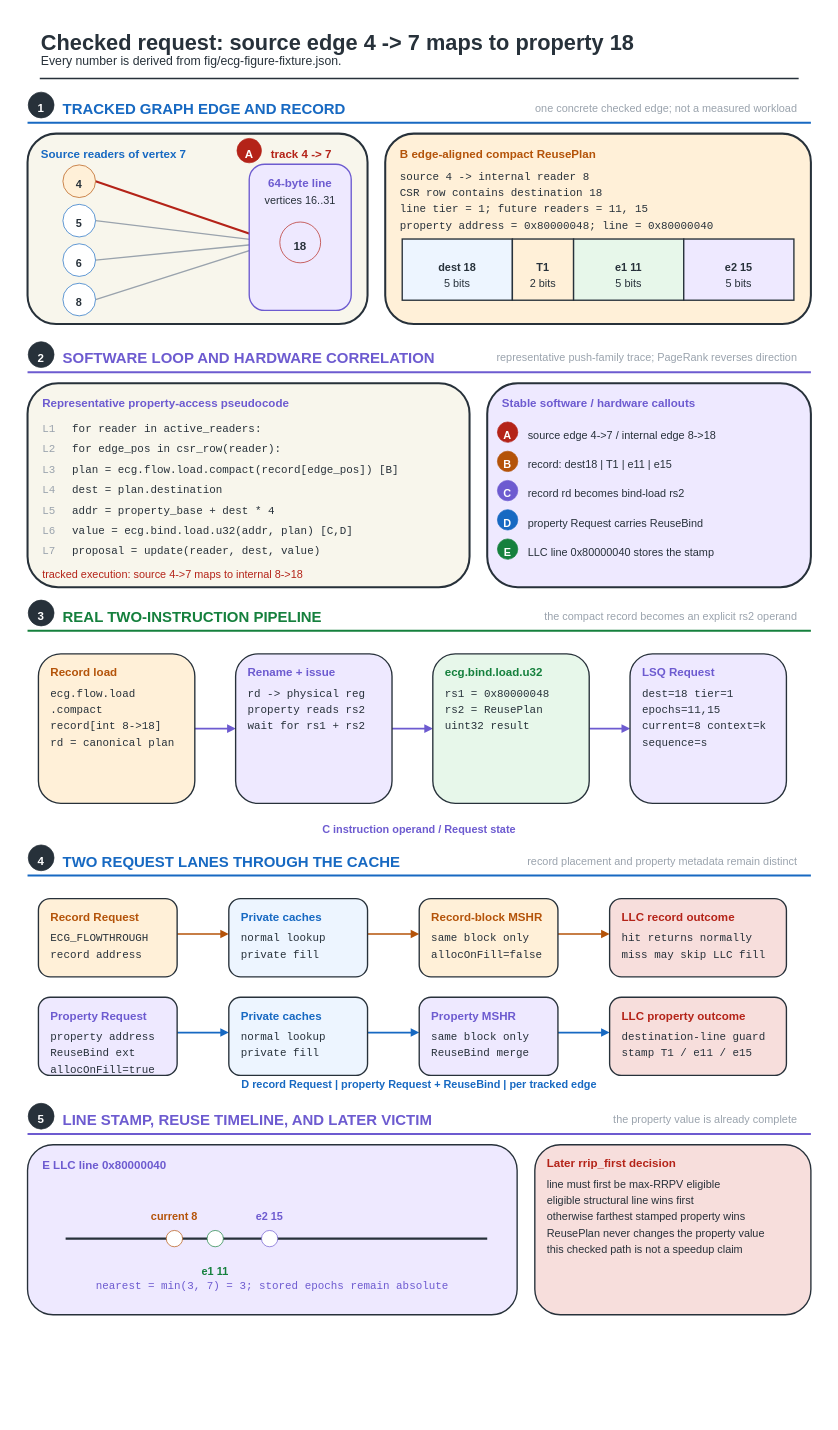
Earlier version of the draw.io diagram fig/wiki_src/property-to-cache-walkthrough/property-to-cache-walkthrough-f01-checked-request.drawio (UVA-LavaLab/ECG_GrAPL). Source tidied: cells renumbered, new cells numbered last; positions are measured from the earlier drawing's top-left corner, leaving out a move shared by most shapes. Both pictures are drawn from the tidied source at 68%, with x=0, y=0 at pixel (11, 11).
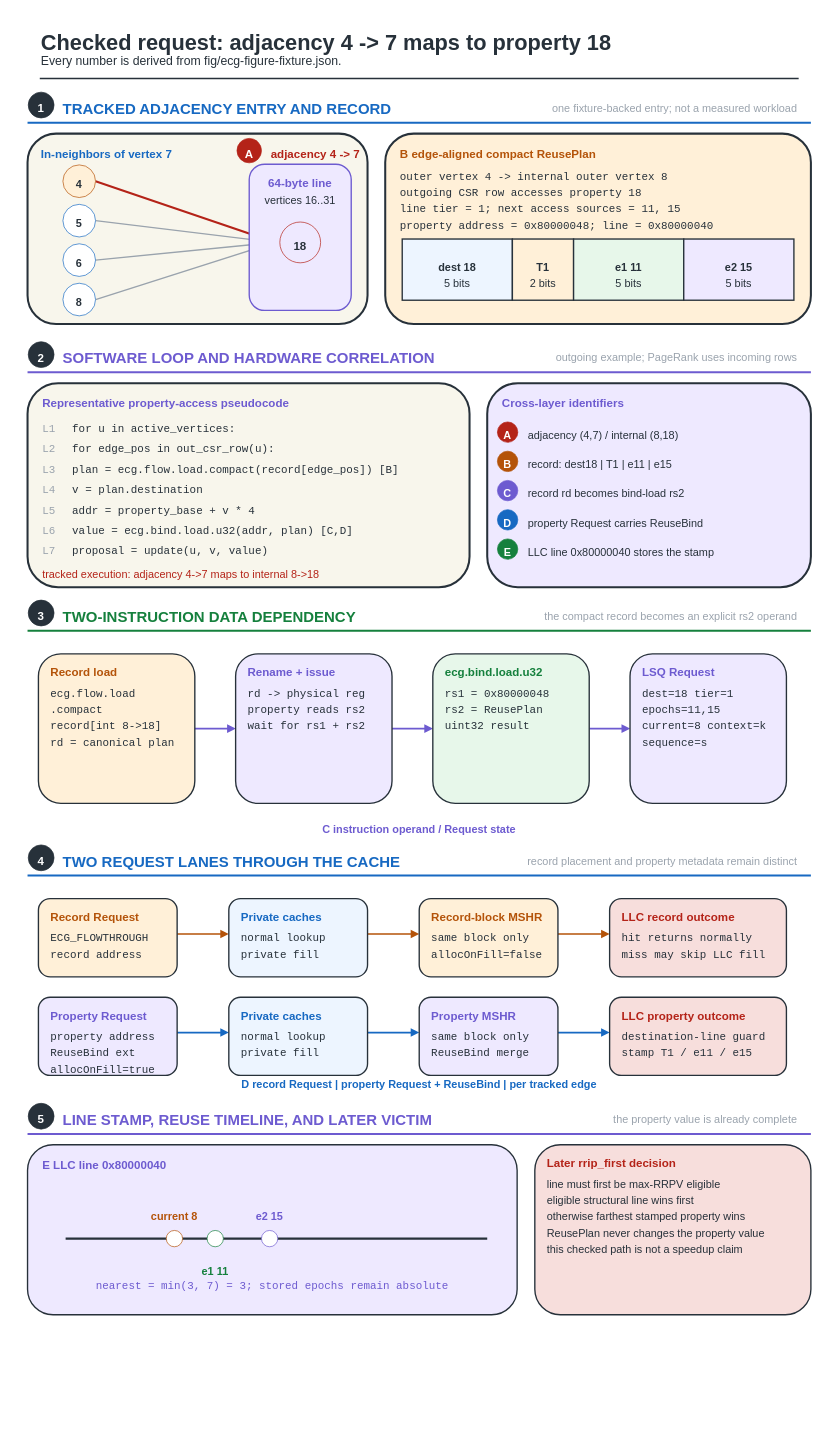
Above is the later version.

Diff of the diagram source:
```diff
@@
-    <mxCell id="3" value="Checked request: source edge 4 -&gt; 7 maps to property 18" style="text;html=0;strokeColor=none;fillColor=none;align=left;verticalAlign=middle;fontFamily=Helvetica;fontSize=32;fontColor=#27313A;fontStyle=1;" parent="1" vertex="1">
-      <mxGeometry x="42" y="19.5" width="1003.2" height="44.8" as="geometry" />
+    <mxCell id="3" value="Checked request: adjacency 4 -&gt; 7 maps to property 18" style="text;html=0;strokeColor=none;fillColor=none;align=left;verticalAlign=middle;fontFamily=Helvetica;fontSize=32;fontColor=#27313A;fontStyle=1;" parent="1" vertex="1">
+      <mxGeometry x="42" y="19.5" width="966.7" height="44.8" as="geometry" />
     </mxCell>
@@
-    <mxCell id="8" value="TRACKED GRAPH EDGE AND RECORD" style="text;html=0;strokeColor=none;fillColor=none;align=left;verticalAlign=middle;fontFamily=Helvetica;fontSize=22;fontColor=#1769C2;fontStyle=1;" parent="1" vertex="1">
-      <mxGeometry x="74" y="126.1" width="363.7" height="30.8" as="geometry" />
+    <mxCell id="8" value="TRACKED ADJACENCY ENTRY AND RECORD" style="text;html=0;strokeColor=none;fillColor=none;align=left;verticalAlign=middle;fontFamily=Helvetica;fontSize=22;fontColor=#1769C2;fontStyle=1;" parent="1" vertex="1">
+      <mxGeometry x="74" y="126.1" width="426.4" height="30.8" as="geometry" />
     </mxCell>
-    <mxCell id="9" value="one concrete checked edge; not a measured workload" style="text;html=0;strokeColor=none;fillColor=none;align=right;verticalAlign=middle;fontFamily=Helvetica;fontSize=16;fontColor=#9AA3AD;fontStyle=0;" parent="1" vertex="1">
-      <mxGeometry x="734" y="130.2" width="424" height="22.4" as="geometry" />
+    <mxCell id="9" value="one fixture-backed entry; not a measured workload" style="text;html=0;strokeColor=none;fillColor=none;align=right;verticalAlign=middle;fontFamily=Helvetica;fontSize=16;fontColor=#9AA3AD;fontStyle=0;" parent="1" vertex="1">
+      <mxGeometry x="742.5" y="130.2" width="415.5" height="22.4" as="geometry" />
     </mxCell>
@@
-    <mxCell id="12" value="Source readers of vertex 7" style="text;html=0;strokeColor=none;fillColor=none;align=left;verticalAlign=middle;fontFamily=Helvetica;fontSize=17;fontColor=#1769C2;fontStyle=1;" parent="1" vertex="1">
-      <mxGeometry x="42" y="196.4" width="251.9" height="23.8" as="geometry" />
+    <mxCell id="12" value="In-neighbors of vertex 7" style="text;html=0;strokeColor=none;fillColor=none;align=left;verticalAlign=middle;fontFamily=Helvetica;fontSize=17;fontColor=#1769C2;fontStyle=1;" parent="1" vertex="1">
+      <mxGeometry x="42" y="196.4" width="232.6" height="23.8" as="geometry" />
     </mxCell>
@@
-    <mxCell id="32" value="track 4 -&gt; 7" style="text;html=0;strokeColor=none;fillColor=none;align=left;verticalAlign=middle;fontFamily=Helvetica;fontSize=17;fontColor=#B42318;fontStyle=1;" parent="1" vertex="1">
-      <mxGeometry x="380" y="196.4" width="116.3" height="23.8" as="geometry" />
+    <mxCell id="32" value="adjacency 4 -&gt; 7" style="text;html=0;strokeColor=none;fillColor=none;align=left;verticalAlign=middle;fontFamily=Helvetica;fontSize=17;fontColor=#B42318;fontStyle=1;" parent="1" vertex="1">
+      <mxGeometry x="380" y="196.4" width="155" height="23.8" as="geometry" />
     </mxCell>
@@
-    <mxCell id="35" value="source 4 -&gt; internal reader 8" style="text;html=0;strokeColor=none;fillColor=none;align=left;verticalAlign=middle;fontFamily=Courier New;fontSize=16;fontColor=#27313A;fontStyle=0;" parent="1" vertex="1">
-      <mxGeometry x="570" y="230.2" width="287.7" height="22.4" as="geometry" />
+    <mxCell id="35" value="outer vertex 4 -&gt; internal outer vertex 8" style="text;html=0;strokeColor=none;fillColor=none;align=left;verticalAlign=middle;fontFamily=Courier New;fontSize=16;fontColor=#27313A;fontStyle=0;" parent="1" vertex="1">
+      <mxGeometry x="570" y="230.2" width="406.7" height="22.4" as="geometry" />
     </mxCell>
-    <mxCell id="36" value="CSR row contains destination 18" style="text;html=0;strokeColor=none;fillColor=none;align=left;verticalAlign=middle;fontFamily=Courier New;fontSize=16;fontColor=#27313A;fontStyle=0;" parent="1" vertex="1">
-      <mxGeometry x="570" y="254.2" width="307.5" height="22.4" as="geometry" />
+    <mxCell id="36" value="outgoing CSR row accesses property 18" style="text;html=0;strokeColor=none;fillColor=none;align=left;verticalAlign=middle;fontFamily=Courier New;fontSize=16;fontColor=#27313A;fontStyle=0;" parent="1" vertex="1">
+      <mxGeometry x="570" y="254.2" width="367" height="22.4" as="geometry" />
     </mxCell>
-    <mxCell id="37" value="line tier = 1; future readers = 11, 15" style="text;html=0;strokeColor=none;fillColor=none;align=left;verticalAlign=middle;fontFamily=Courier New;fontSize=16;fontColor=#27313A;fontStyle=0;" parent="1" vertex="1">
-      <mxGeometry x="570" y="278.2" width="377" height="22.4" as="geometry" />
+    <mxCell id="37" value="line tier = 1; next access sources = 11, 15" style="text;html=0;strokeColor=none;fillColor=none;align=left;verticalAlign=middle;fontFamily=Courier New;fontSize=16;fontColor=#27313A;fontStyle=0;" parent="1" vertex="1">
+      <mxGeometry x="570" y="278.2" width="426.6" height="22.4" as="geometry" />
     </mxCell>
@@
-    <mxCell id="54" value="representative push-family trace; PageRank reverses direction" style="text;html=0;strokeColor=none;fillColor=none;align=right;verticalAlign=middle;fontFamily=Helvetica;fontSize=16;fontColor=#9AA3AD;fontStyle=0;" parent="1" vertex="1">
-      <mxGeometry x="640.7" y="497.2" width="517.3" height="22.4" as="geometry" />
+    <mxCell id="54" value="outgoing example; PageRank uses incoming rows" style="text;html=0;strokeColor=none;fillColor=none;align=right;verticalAlign=middle;fontFamily=Helvetica;fontSize=16;fontColor=#9AA3AD;fontStyle=0;" parent="1" vertex="1">
+      <mxGeometry x="776.4" y="497.2" width="381.6" height="22.4" as="geometry" />
     </mxCell>
@@
-    <mxCell id="59" value="for reader in active_readers:" style="text;html=0;strokeColor=none;fillColor=none;align=left;verticalAlign=middle;fontFamily=Courier New;fontSize=16;fontColor=#27313A;fontStyle=0;" parent="1" vertex="1">
-      <mxGeometry x="88" y="601.2" width="287.7" height="22.4" as="geometry" />
+    <mxCell id="59" value="for u in active_vertices:" style="text;html=0;strokeColor=none;fillColor=none;align=left;verticalAlign=middle;fontFamily=Courier New;fontSize=16;fontColor=#27313A;fontStyle=0;" parent="1" vertex="1">
+      <mxGeometry x="88" y="601.2" width="248" height="22.4" as="geometry" />
     </mxCell>
@@
-    <mxCell id="61" value="  for edge_pos in csr_row(reader):" style="text;html=0;strokeColor=none;fillColor=none;align=left;verticalAlign=middle;fontFamily=Courier New;fontSize=16;fontColor=#27313A;fontStyle=0;" parent="1" vertex="1">
-      <mxGeometry x="88" y="631.2" width="337.3" height="22.4" as="geometry" />
+    <mxCell id="61" value="  for edge_pos in out_csr_row(u):" style="text;html=0;strokeColor=none;fillColor=none;align=left;verticalAlign=middle;fontFamily=Courier New;fontSize=16;fontColor=#27313A;fontStyle=0;" parent="1" vertex="1">
+      <mxGeometry x="88" y="631.2" width="327.4" height="22.4" as="geometry" />
     </mxCell>
@@
-    <mxCell id="65" value="    dest = plan.destination" style="text;html=0;strokeColor=none;fillColor=none;align=left;verticalAlign=middle;fontFamily=Courier New;fontSize=16;fontColor=#27313A;fontStyle=0;" parent="1" vertex="1">
-      <mxGeometry x="88" y="691.2" width="267.8" height="22.4" as="geometry" />
+    <mxCell id="65" value="    v = plan.destination" style="text;html=0;strokeColor=none;fillColor=none;align=left;verticalAlign=middle;fontFamily=Courier New;fontSize=16;fontColor=#27313A;fontStyle=0;" parent="1" vertex="1">
+      <mxGeometry x="88" y="691.2" width="238.1" height="22.4" as="geometry" />
     </mxCell>
@@
-    <mxCell id="67" value="    addr = property_base + dest * 4" style="text;html=0;strokeColor=none;fillColor=none;align=left;verticalAlign=middle;fontFamily=Courier New;fontSize=16;fontColor=#27313A;fontStyle=0;" parent="1" vertex="1">
-      <mxGeometry x="88" y="721.2" width="347.2" height="22.4" as="geometry" />
+    <mxCell id="67" value="    addr = property_base + v * 4" style="text;html=0;strokeColor=none;fillColor=none;align=left;verticalAlign=middle;fontFamily=Courier New;fontSize=16;fontColor=#27313A;fontStyle=0;" parent="1" vertex="1">
+      <mxGeometry x="88" y="721.2" width="317.4" height="22.4" as="geometry" />
     </mxCell>
@@
-    <mxCell id="71" value="    proposal = update(reader, dest, value)" style="text;html=0;strokeColor=none;fillColor=none;align=left;verticalAlign=middle;fontFamily=Courier New;fontSize=16;fontColor=#27313A;fontStyle=0;" parent="1" vertex="1">
-      <mxGeometry x="88" y="781.2" width="416.6" height="22.4" as="geometry" />
+    <mxCell id="71" value="    proposal = update(u, v, value)" style="text;html=0;strokeColor=none;fillColor=none;align=left;verticalAlign=middle;fontFamily=Courier New;fontSize=16;fontColor=#27313A;fontStyle=0;" parent="1" vertex="1">
+      <mxGeometry x="88" y="781.2" width="337.3" height="22.4" as="geometry" />
     </mxCell>
-    <mxCell id="72" value="tracked execution: source 4-&gt;7 maps to internal 8-&gt;18" style="text;html=0;strokeColor=none;fillColor=none;align=left;verticalAlign=middle;fontFamily=Helvetica;fontSize=16;fontColor=#B42318;fontStyle=0;" parent="1" vertex="1">
-      <mxGeometry x="44" y="816.2" width="449.4" height="22.4" as="geometry" />
+    <mxCell id="72" value="tracked execution: adjacency 4-&gt;7 maps to internal 8-&gt;18" style="text;html=0;strokeColor=none;fillColor=none;align=left;verticalAlign=middle;fontFamily=Helvetica;fontSize=16;fontColor=#B42318;fontStyle=0;" parent="1" vertex="1">
+      <mxGeometry x="44" y="816.2" width="474.9" height="22.4" as="geometry" />
     </mxCell>
@@
-    <mxCell id="74" value="Stable software / hardware callouts" style="text;html=0;strokeColor=none;fillColor=none;align=left;verticalAlign=middle;fontFamily=Helvetica;fontSize=17;fontColor=#6D5BD0;fontStyle=1;" parent="1" vertex="1">
-      <mxGeometry x="720" y="563.4" width="339.1" height="23.8" as="geometry" />
+    <mxCell id="74" value="Cross-layer identifiers" style="text;html=0;strokeColor=none;fillColor=none;align=left;verticalAlign=middle;fontFamily=Helvetica;fontSize=17;fontColor=#6D5BD0;fontStyle=1;" parent="1" vertex="1">
+      <mxGeometry x="720" y="563.4" width="222.9" height="23.8" as="geometry" />
     </mxCell>
@@
-    <mxCell id="77" value="source edge 4-&gt;7 / internal edge 8-&gt;18" style="text;html=0;strokeColor=none;fillColor=none;align=left;verticalAlign=middle;fontFamily=Helvetica;fontSize=16;fontColor=#27313A;fontStyle=0;" parent="1" vertex="1">
-      <mxGeometry x="758" y="611.2" width="322.2" height="22.4" as="geometry" />
+    <mxCell id="77" value="adjacency (4,7) / internal (8,18)" style="text;html=0;strokeColor=none;fillColor=none;align=left;verticalAlign=middle;fontFamily=Helvetica;fontSize=16;fontColor=#27313A;fontStyle=0;" parent="1" vertex="1">
+      <mxGeometry x="758" y="611.2" width="279.8" height="22.4" as="geometry" />
     </mxCell>
@@
-    <mxCell id="92" value="REAL TWO-INSTRUCTION PIPELINE" style="text;html=0;strokeColor=none;fillColor=none;align=left;verticalAlign=middle;fontFamily=Helvetica;fontSize=22;fontColor=#15803D;fontStyle=1;" parent="1" vertex="1">
-      <mxGeometry x="74" y="873.1" width="363.7" height="30.8" as="geometry" />
+    <mxCell id="92" value="TWO-INSTRUCTION DATA DEPENDENCY" style="text;html=0;strokeColor=none;fillColor=none;align=left;verticalAlign=middle;fontFamily=Helvetica;fontSize=22;fontColor=#15803D;fontStyle=1;" parent="1" vertex="1">
+      <mxGeometry x="74" y="873.1" width="388.7" height="30.8" as="geometry" />
     </mxCell>
```
